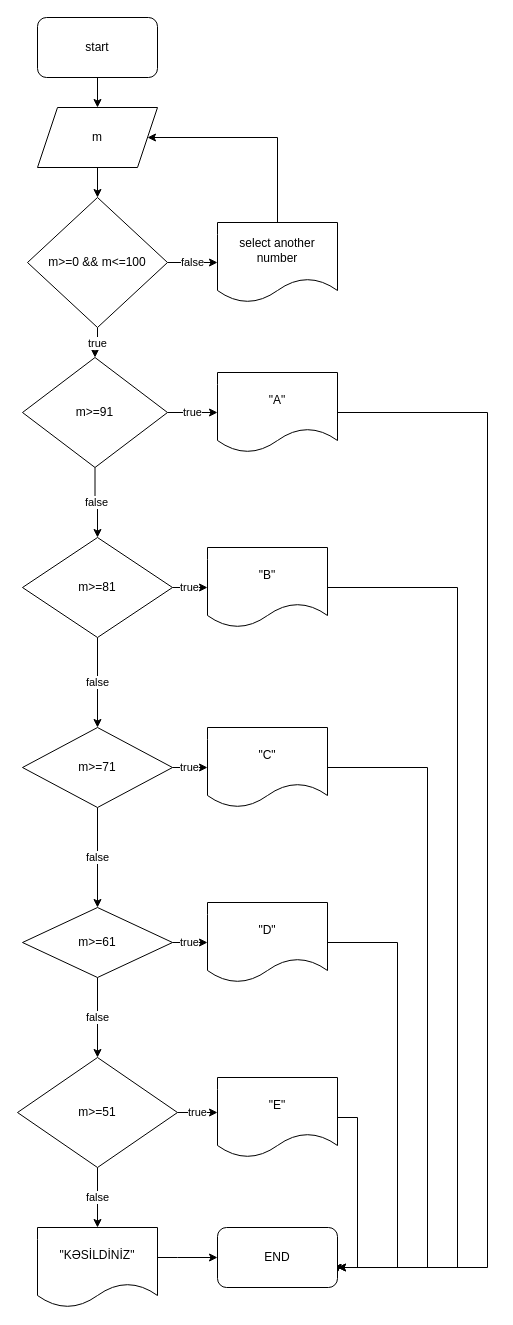
Above: Untitled Diagram.drawio in mammadlinurlan/hometask (draw.io), before the change. Source tidied: cells renumbered, new cells numbered last; positions are measured from the earlier drawing's top-left corner, leaving out a move shared by most shapes. Both pictures are drawn from the tidied source at 100%, with x=0, y=0 at pixel (17, 17).
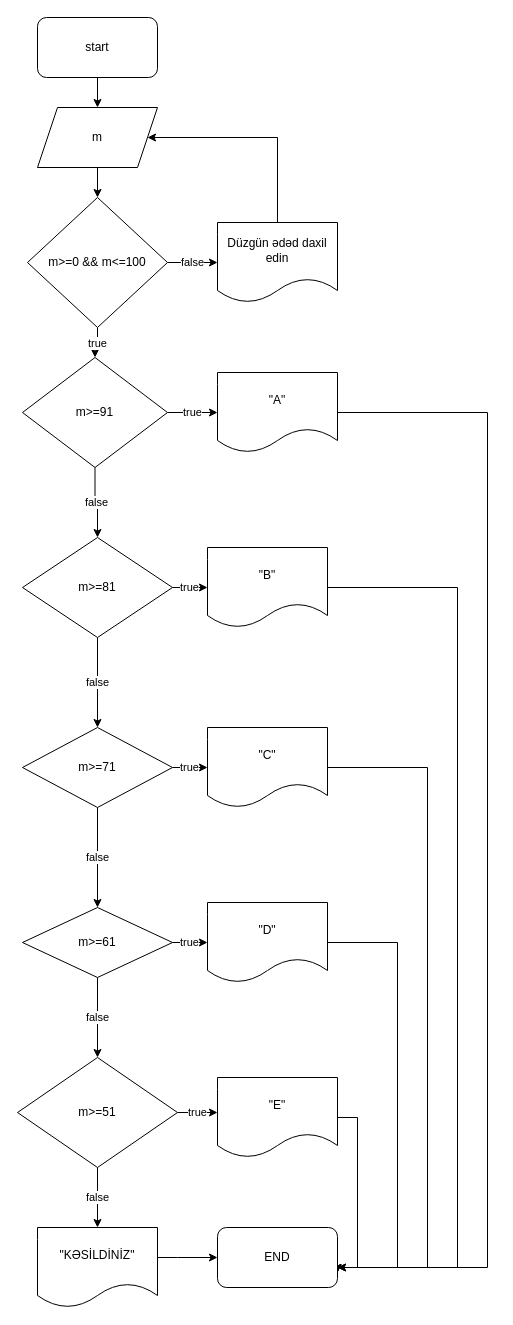
The same diagram, later.

The edit, as a diff of the source:
```diff
@@
-    <mxCell id="10" value="select another number" style="shape=document;whiteSpace=wrap;html=1;boundedLbl=1;" parent="1" vertex="1">
+    <mxCell id="10" value="Düzgün ədəd daxil edin" style="shape=document;whiteSpace=wrap;html=1;boundedLbl=1;" parent="1" vertex="1">
       <mxGeometry x="200" y="205" width="120" height="80" as="geometry" />
     </mxCell>
```
